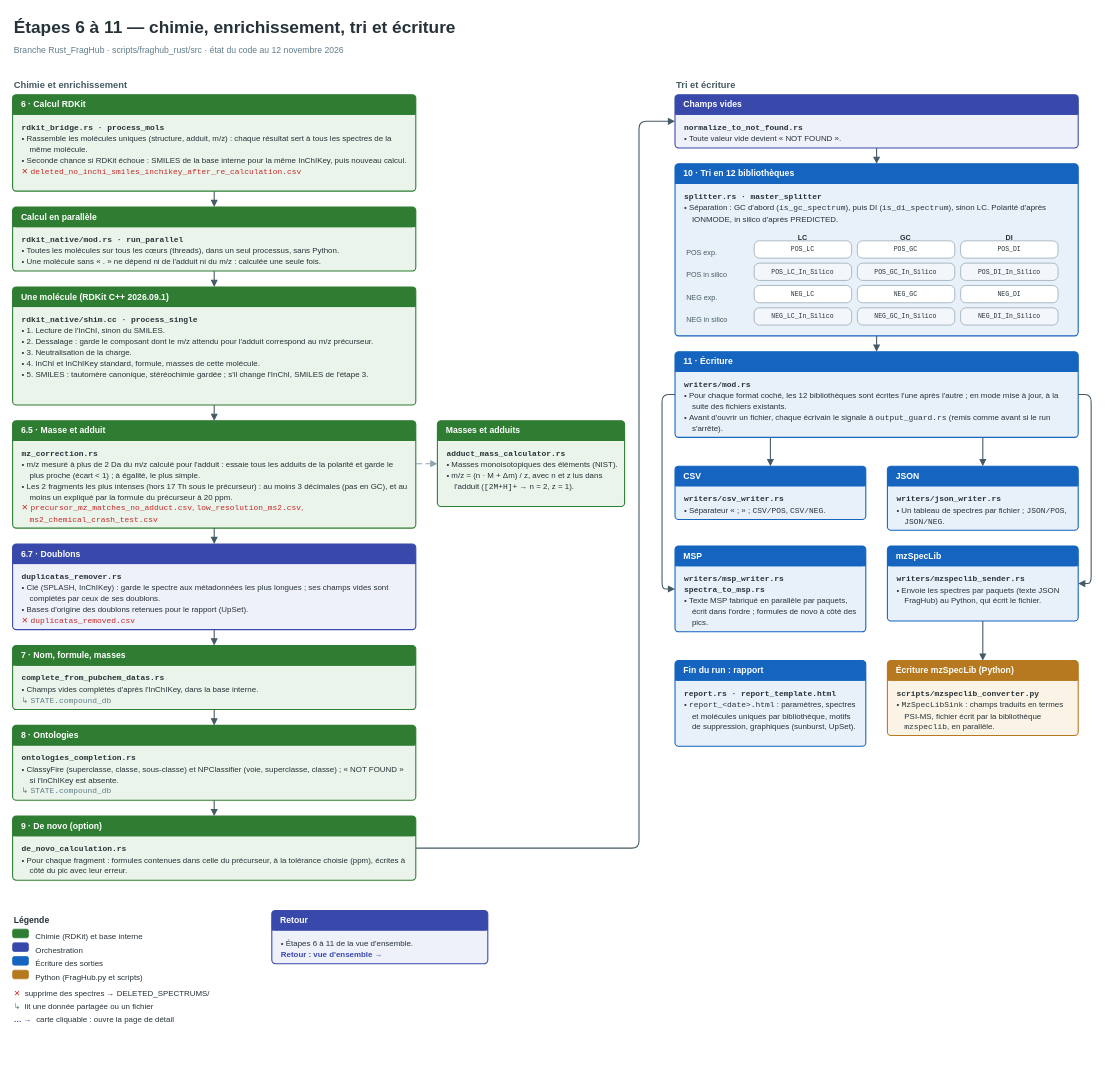
This is page "4 · Chimie et sorties" (4 of 5) of documentation/Backend_component_diagram.drawio from ADablanc/FragHub, a draw.io file, before an edit. Source tidied: cells renumbered, new cells numbered last; positions are measured from the earlier drawing's top-left corner, leaving out a move shared by most shapes. Both pictures are drawn from the tidied source at 72%, with x=0, y=0 at pixel (12, 12).
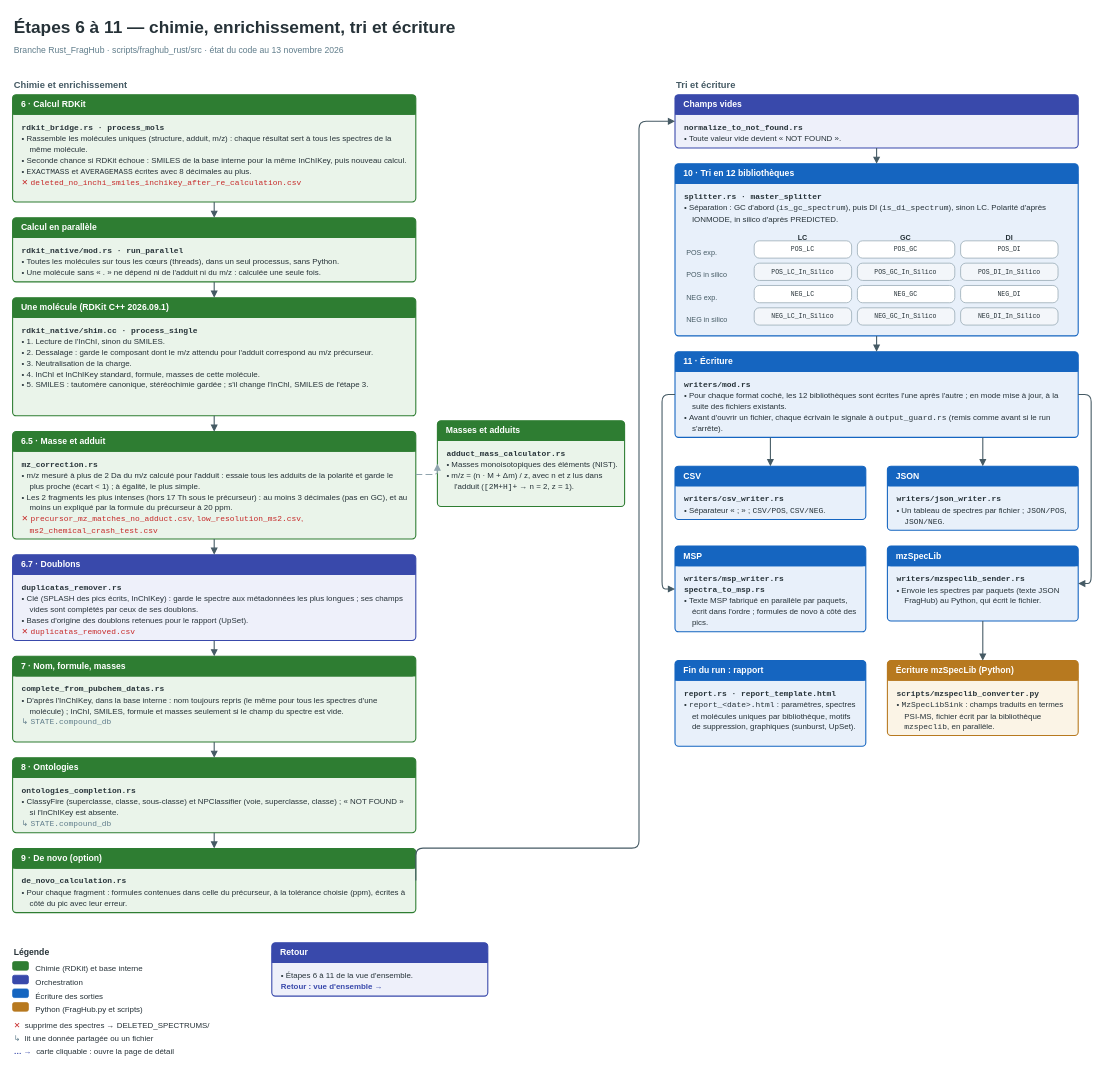
Above is the later version.

Commit message (it also covers changes not shown here):
docs: update component diagrams (SPLASH, 8 decimals, decimal comma, input validation, tests)

Diff of the diagram source:
```diff
@@
-    <mxCell id="3" value="Branche Rust_FragHub · scripts/fraghub_rust/src · état du code au 12 novembre 2026" style="text;html=1;fillColor=none;strokeColor=none;whiteSpace=wrap;align=left;verticalAlign=top;fontSize=12;fontColor=#607D8B;fontStyle=0;fontFamily=Helvetica;" parent="1" vertex="1">
+    <mxCell id="3" value="Branche Rust_FragHub · scripts/fraghub_rust/src · état du code au 13 novembre 2026" style="text;html=1;fillColor=none;strokeColor=none;whiteSpace=wrap;align=left;verticalAlign=top;fontSize=12;fontColor=#607D8B;fontStyle=0;fontFamily=Helvetica;" parent="1" vertex="1">
       <mxGeometry y="38" width="1200" height="20" as="geometry" />
     </mxCell>
@@
     <mxCell id="5" style="rounded=1;absoluteArcSize=1;arcSize=10;html=1;fillColor=#EAF4EA;strokeColor=#2E7D32;strokeWidth=1.5;" parent="1" vertex="1">
-      <mxGeometry y="114" width="560" height="134" as="geometry" />
+      <mxGeometry y="114" width="560" height="149" as="geometry" />
     </mxCell>
@@
-    <mxCell id="8" value="&lt;div style=&quot;line-height:15px&quot;&gt;&lt;div style=&quot;font-family:Courier New,monospace;font-weight:bold;color:#263238&quot;&gt;rdkit_bridge.rs · process_mols&lt;/div&gt;&lt;div style=&quot;margin-left:11px;text-indent:-11px&quot;&gt;•&amp;nbsp;Rassemble les molécules uniques (structure, adduit, m/z) : chaque résultat sert à tous les spectres de la même molécule.&lt;/div&gt;&lt;div style=&quot;margin-left:11px;text-indent:-11px&quot;&gt;•&amp;nbsp;Seconde chance si RDKit échoue : SMILES de la base interne pour la même InChIKey, puis nouveau calcul.&lt;/div&gt;&lt;div style=&quot;margin-left:11px;text-indent:-11px;color:#C62828&quot;&gt;✕&amp;nbsp;&lt;span style=&quot;font-family:Courier New,monospace&quot;&gt;deleted_no_inchi_smiles_inchikey_after_re_calculation.csv&lt;/span&gt;&lt;/div&gt;&lt;/div&gt;" style="text;html=1;fillColor=none;strokeColor=none;whiteSpace=wrap;align=left;verticalAlign=top;spacingLeft=11;spacingRight=8;spacingTop=4;fontSize=11;fontColor=#263238;fontFamily=Helvetica;" parent="5" vertex="1">
-      <mxGeometry y="28" width="560" height="106" as="geometry" />
+    <mxCell id="8" value="&lt;div style=&quot;line-height:15px&quot;&gt;&lt;div style=&quot;font-family:Courier New,monospace;font-weight:bold;color:#263238&quot;&gt;rdkit_bridge.rs · process_mols&lt;/div&gt;&lt;div style=&quot;margin-left:11px;text-indent:-11px&quot;&gt;•&amp;nbsp;Rassemble les molécules uniques (structure, adduit, m/z) : chaque résultat sert à tous les spectres de la même molécule.&lt;/div&gt;&lt;div style=&quot;margin-left:11px;text-indent:-11px&quot;&gt;•&amp;nbsp;Seconde chance si RDKit échoue : SMILES de la base interne pour la même InChIKey, puis nouveau calcul.&lt;/div&gt;&lt;div style=&quot;margin-left:11px;text-indent:-11px&quot;&gt;•&amp;nbsp;&lt;span style=&quot;font-family:Courier New,monospace&quot;&gt;EXACTMASS&lt;/span&gt; et &lt;span style=&quot;font-family:Courier New,monospace&quot;&gt;AVERAGEMASS&lt;/span&gt; écrites avec 8 décimales au plus.&lt;/div&gt;&lt;div style=&quot;margin-left:11px;text-indent:-11px;color:#C62828&quot;&gt;✕&amp;nbsp;&lt;span style=&quot;font-family:Courier New,monospace&quot;&gt;deleted_no_inchi_smiles_inchikey_after_re_calculation.csv&lt;/span&gt;&lt;/div&gt;&lt;/div&gt;" style="text;html=1;fillColor=none;strokeColor=none;whiteSpace=wrap;align=left;verticalAlign=top;spacingLeft=11;spacingRight=8;spacingTop=4;fontSize=11;fontColor=#263238;fontFamily=Helvetica;" parent="5" vertex="1">
+      <mxGeometry y="28" width="560" height="121" as="geometry" />
     </mxCell>
     <mxCell id="9" style="rounded=1;absoluteArcSize=1;arcSize=10;html=1;fillColor=#EAF4EA;strokeColor=#2E7D32;strokeWidth=1.5;" parent="1" vertex="1">
-      <mxGeometry y="270" width="560" height="89" as="geometry" />
+      <mxGeometry y="285" width="560" height="89" as="geometry" />
     </mxCell>
@@
     <mxCell id="13" style="rounded=1;absoluteArcSize=1;arcSize=10;html=1;fillColor=#EAF4EA;strokeColor=#2E7D32;strokeWidth=1.5;" parent="1" vertex="1">
-      <mxGeometry y="381" width="560" height="164" as="geometry" />
+      <mxGeometry y="396" width="560" height="164" as="geometry" />
     </mxCell>
@@
     <mxCell id="17" style="rounded=1;absoluteArcSize=1;arcSize=10;html=1;fillColor=#EAF4EA;strokeColor=#2E7D32;strokeWidth=1.5;" parent="1" vertex="1">
-      <mxGeometry y="567" width="560" height="149" as="geometry" />
+      <mxGeometry y="582" width="560" height="149" as="geometry" />
     </mxCell>
@@
     <mxCell id="21" style="rounded=1;absoluteArcSize=1;arcSize=10;html=1;fillColor=#EEF0FA;strokeColor=#3949AB;strokeWidth=1.5;" parent="1" vertex="1">
-      <mxGeometry y="738" width="560" height="119" as="geometry" />
+      <mxGeometry y="753" width="560" height="119" as="geometry" />
     </mxCell>
@@
-    <mxCell id="24" value="&lt;div style=&quot;line-height:15px&quot;&gt;&lt;div style=&quot;font-family:Courier New,monospace;font-weight:bold;color:#263238&quot;&gt;duplicatas_remover.rs&lt;/div&gt;&lt;div style=&quot;margin-left:11px;text-indent:-11px&quot;&gt;•&amp;nbsp;Clé (SPLASH, InChIKey) : garde le spectre aux métadonnées les plus longues ; ses champs vides sont complétés par ceux de ses doublons.&lt;/div&gt;&lt;div style=&quot;margin-left:11px;text-indent:-11px&quot;&gt;•&amp;nbsp;Bases d'origine des doublons retenues pour le rapport (UpSet).&lt;/div&gt;&lt;div style=&quot;margin-left:11px;text-indent:-11px;color:#C62828&quot;&gt;✕&amp;nbsp;&lt;span style=&quot;font-family:Courier New,monospace&quot;&gt;duplicatas_removed.csv&lt;/span&gt;&lt;/div&gt;&lt;/div&gt;" style="text;html=1;fillColor=none;strokeColor=none;whiteSpace=wrap;align=left;verticalAlign=top;spacingLeft=11;spacingRight=8;spacingTop=4;fontSize=11;fontColor=#263238;fontFamily=Helvetica;" parent="21" vertex="1">
+    <mxCell id="24" value="&lt;div style=&quot;line-height:15px&quot;&gt;&lt;div style=&quot;font-family:Courier New,monospace;font-weight:bold;color:#263238&quot;&gt;duplicatas_remover.rs&lt;/div&gt;&lt;div style=&quot;margin-left:11px;text-indent:-11px&quot;&gt;•&amp;nbsp;Clé (SPLASH des pics écrits, InChIKey) : garde le spectre aux métadonnées les plus longues ; ses champs vides sont complétés par ceux de ses doublons.&lt;/div&gt;&lt;div style=&quot;margin-left:11px;text-indent:-11px&quot;&gt;•&amp;nbsp;Bases d'origine des doublons retenues pour le rapport (UpSet).&lt;/div&gt;&lt;div style=&quot;margin-left:11px;text-indent:-11px;color:#C62828&quot;&gt;✕&amp;nbsp;&lt;span style=&quot;font-family:Courier New,monospace&quot;&gt;duplicatas_removed.csv&lt;/span&gt;&lt;/div&gt;&lt;/div&gt;" style="text;html=1;fillColor=none;strokeColor=none;whiteSpace=wrap;align=left;verticalAlign=top;spacingLeft=11;spacingRight=8;spacingTop=4;fontSize=11;fontColor=#263238;fontFamily=Helvetica;" parent="21" vertex="1">
       <mxGeometry y="28" width="560" height="91" as="geometry" />
     </mxCell>
     <mxCell id="25" style="rounded=1;absoluteArcSize=1;arcSize=10;html=1;fillColor=#EAF4EA;strokeColor=#2E7D32;strokeWidth=1.5;" parent="1" vertex="1">
-      <mxGeometry y="879" width="560" height="89" as="geometry" />
+      <mxGeometry y="894" width="560" height="119" as="geometry" />
     </mxCell>
@@
-    <mxCell id="28" value="&lt;div style=&quot;line-height:15px&quot;&gt;&lt;div style=&quot;font-family:Courier New,monospace;font-weight:bold;color:#263238&quot;&gt;complete_from_pubchem_datas.rs&lt;/div&gt;&lt;div style=&quot;margin-left:11px;text-indent:-11px&quot;&gt;•&amp;nbsp;Champs vides complétés d'après l'InChIKey, dans la base interne.&lt;/div&gt;&lt;div style=&quot;margin-left:11px;text-indent:-11px;color:#607D8B&quot;&gt;↳&amp;nbsp;&lt;span style=&quot;font-family:Courier New,monospace&quot;&gt;STATE.compound_db&lt;/span&gt;&lt;/div&gt;&lt;/div&gt;" style="text;html=1;fillColor=none;strokeColor=none;whiteSpace=wrap;align=left;verticalAlign=top;spacingLeft=11;spacingRight=8;spacingTop=4;fontSize=11;fontColor=#263238;fontFamily=Helvetica;" parent="25" vertex="1">
-      <mxGeometry y="28" width="560" height="61" as="geometry" />
+    <mxCell id="28" value="&lt;div style=&quot;line-height:15px&quot;&gt;&lt;div style=&quot;font-family:Courier New,monospace;font-weight:bold;color:#263238&quot;&gt;complete_from_pubchem_datas.rs&lt;/div&gt;&lt;div style=&quot;margin-left:11px;text-indent:-11px&quot;&gt;•&amp;nbsp;D'après l'InChIKey, dans la base interne : nom toujours repris (le même pour tous les spectres d'une molécule) ; InChI, SMILES, formule et masses seulement si le champ du spectre est vide.&lt;/div&gt;&lt;div style=&quot;margin-left:11px;text-indent:-11px;color:#607D8B&quot;&gt;↳&amp;nbsp;&lt;span style=&quot;font-family:Courier New,monospace&quot;&gt;STATE.compound_db&lt;/span&gt;&lt;/div&gt;&lt;/div&gt;" style="text;html=1;fillColor=none;strokeColor=none;whiteSpace=wrap;align=left;verticalAlign=top;spacingLeft=11;spacingRight=8;spacingTop=4;fontSize=11;fontColor=#263238;fontFamily=Helvetica;" parent="25" vertex="1">
+      <mxGeometry y="28" width="560" height="91" as="geometry" />
     </mxCell>
     <mxCell id="29" style="rounded=1;absoluteArcSize=1;arcSize=10;html=1;fillColor=#EAF4EA;strokeColor=#2E7D32;strokeWidth=1.5;" parent="1" vertex="1">
-      <mxGeometry y="990" width="560" height="104" as="geometry" />
+      <mxGeometry y="1035" width="560" height="104" as="geometry" />
     </mxCell>
@@
     <mxCell id="33" style="rounded=1;absoluteArcSize=1;arcSize=10;html=1;fillColor=#EAF4EA;strokeColor=#2E7D32;strokeWidth=1.5;" parent="1" vertex="1">
-      <mxGeometry y="1116" width="560" height="89" as="geometry" />
+      <mxGeometry y="1161" width="560" height="89" as="geometry" />
     </mxCell>
@@
     <mxCell id="113" value="Légende" style="text;html=1;fillColor=none;strokeColor=none;whiteSpace=wrap;align=left;verticalAlign=top;fontSize=12;fontColor=#263238;fontStyle=1;fontFamily=Helvetica;" parent="1" vertex="1">
-      <mxGeometry y="1247" width="300" height="20" as="geometry" />
+      <mxGeometry y="1292" width="300" height="20" as="geometry" />
     </mxCell>
     <mxCell id="114" style="rounded=1;arcSize=20;fillColor=#2E7D32;strokeColor=#2E7D32;html=1;" parent="1" vertex="1">
-      <mxGeometry y="1273" width="22" height="12" as="geometry" />
+      <mxGeometry y="1318" width="22" height="12" as="geometry" />
     </mxCell>
     <mxCell id="115" value="Chimie (RDKit) et base interne" style="text;html=1;fillColor=none;strokeColor=none;whiteSpace=wrap;align=left;verticalAlign=top;fontSize=11;fontColor=#263238;fontStyle=0;fontFamily=Helvetica;" parent="1" vertex="1">
-      <mxGeometry x="30" y="1270" width="270" height="16" as="geometry" />
+      <mxGeometry x="30" y="1315" width="270" height="16" as="geometry" />
     </mxCell>
     <mxCell id="116" style="rounded=1;arcSize=20;fillColor=#3949AB;strokeColor=#3949AB;html=1;" parent="1" vertex="1">
-      <mxGeometry y="1292" width="22" height="12" as="geometry" />
+      <mxGeometry y="1337" width="22" height="12" as="geometry" />
     </mxCell>
     <mxCell id="117" value="Orchestration" style="text;html=1;fillColor=none;strokeColor=none;whiteSpace=wrap;align=left;verticalAlign=top;fontSize=11;fontColor=#263238;fontStyle=0;fontFamily=Helvetica;" parent="1" vertex="1">
-      <mxGeometry x="30" y="1289" width="270" height="16" as="geometry" />
+      <mxGeometry x="30" y="1334" width="270" height="16" as="geometry" />
     </mxCell>
     <mxCell id="118" style="rounded=1;arcSize=20;fillColor=#1565C0;strokeColor=#1565C0;html=1;" parent="1" vertex="1">
-      <mxGeometry y="1311" width="22" height="12" as="geometry" />
+      <mxGeometry y="1356" width="22" height="12" as="geometry" />
     </mxCell>
     <mxCell id="119" value="Écriture des sorties" style="text;html=1;fillColor=none;strokeColor=none;whiteSpace=wrap;align=left;verticalAlign=top;fontSize=11;fontColor=#263238;fontStyle=0;fontFamily=Helvetica;" parent="1" vertex="1">
-      <mxGeometry x="30" y="1308" width="270" height="16" as="geometry" />
+      <mxGeometry x="30" y="1353" width="270" height="16" as="geometry" />
     </mxCell>
     <mxCell id="120" style="rounded=1;arcSize=20;fillColor=#B7791F;strokeColor=#B7791F;html=1;" parent="1" vertex="1">
-      <mxGeometry y="1330" width="22" height="12" as="geometry" />
+      <mxGeometry y="1375" width="22" height="12" as="geometry" />
     </mxCell>
     <mxCell id="121" value="Python (FragHub.py et scripts)" style="text;html=1;fillColor=none;strokeColor=none;whiteSpace=wrap;align=left;verticalAlign=top;fontSize=11;fontColor=#263238;fontStyle=0;fontFamily=Helvetica;" parent="1" vertex="1">
-      <mxGeometry x="30" y="1327" width="270" height="16" as="geometry" />
+      <mxGeometry x="30" y="1372" width="270" height="16" as="geometry" />
     </mxCell>
     <mxCell id="122" value="&lt;span style=&quot;color:#C62828&quot;&gt;✕&lt;/span&gt;&amp;nbsp; supprime des spectres → DELETED_SPECTRUMS/" style="text;html=1;fillColor=none;strokeColor=none;whiteSpace=wrap;align=left;verticalAlign=top;fontSize=11;fontColor=#263238;fontStyle=0;fontFamily=Helvetica;" parent="1" vertex="1">
-      <mxGeometry y="1349" width="330" height="16" as="geometry" />
+      <mxGeometry y="1394" width="330" height="16" as="geometry" />
     </mxCell>
     <mxCell id="123" value="&lt;span style=&quot;color:#607D8B&quot;&gt;↳&lt;/span&gt;&amp;nbsp; lit une donnée partagée ou un fichier" style="text;html=1;fillColor=none;strokeColor=none;whiteSpace=wrap;align=left;verticalAlign=top;fontSize=11;fontColor=#263238;fontStyle=0;fontFamily=Helvetica;" parent="1" vertex="1">
-      <mxGeometry y="1367" width="330" height="16" as="geometry" />
+      <mxGeometry y="1412" width="330" height="16" as="geometry" />
     </mxCell>
     <mxCell id="124" value="&lt;b style=&quot;color:#3949AB&quot;&gt;… →&lt;/b&gt;&amp;nbsp; carte cliquable : ouvre la page de détail" style="text;html=1;fillColor=none;strokeColor=none;whiteSpace=wrap;align=left;verticalAlign=top;fontSize=11;fontColor=#263238;fontStyle=0;fontFamily=Helvetica;" parent="1" vertex="1">
-      <mxGeometry y="1385" width="330" height="16" as="geometry" />
+      <mxGeometry y="1430" width="330" height="16" as="geometry" />
     </mxCell>
     <mxCell id="125" style="rounded=1;absoluteArcSize=1;arcSize=10;html=1;fillColor=#EEF0FA;strokeColor=#3949AB;strokeWidth=1.5;" parent="1" vertex="1">
-      <mxGeometry x="360" y="1247" width="300" height="74" as="geometry" />
+      <mxGeometry x="360" y="1292" width="300" height="74" as="geometry" />
     </mxCell>
```
